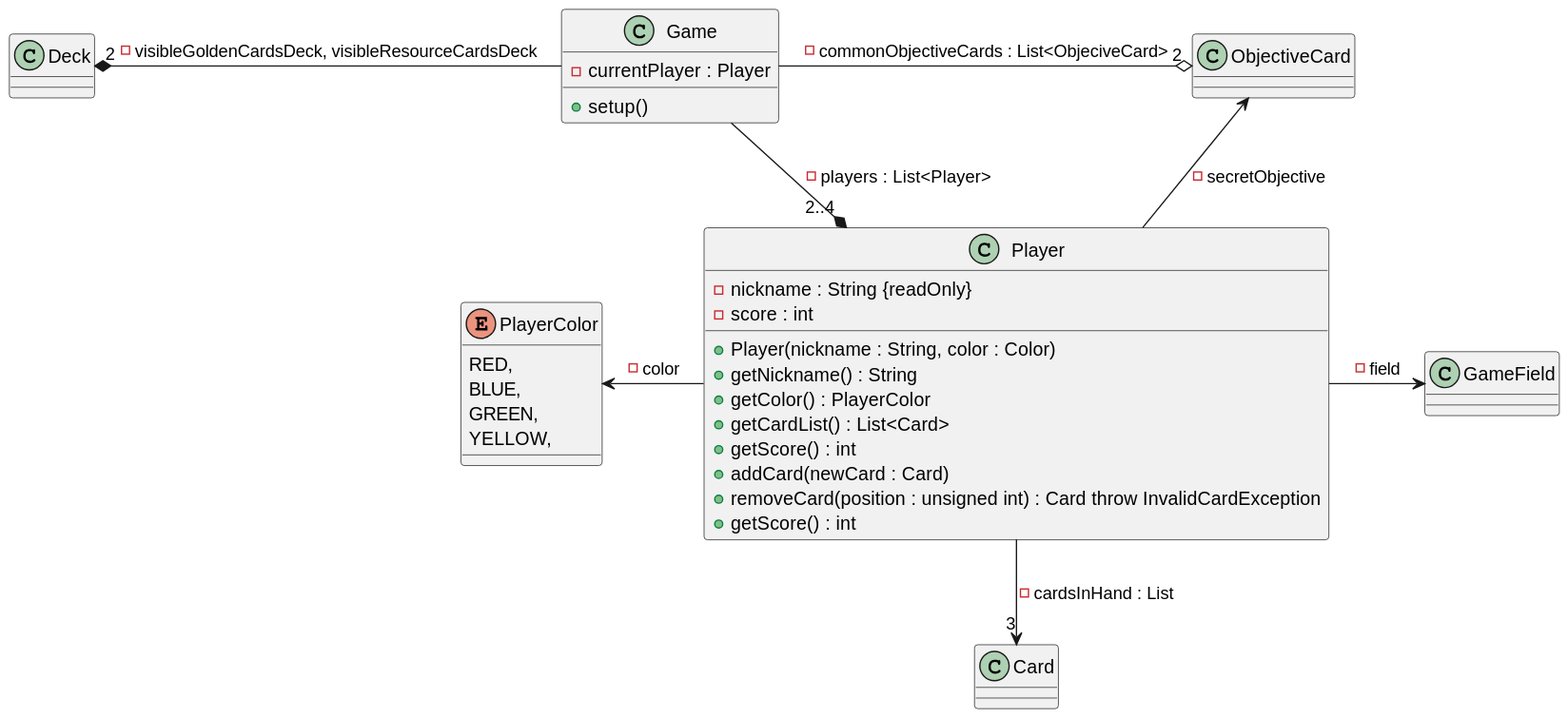
LucaLeonx/ing-sw-2024-Leonzio-Lanza-LaGioia-Mauro keeps this PlantUML diagram as CodexNaturalis/docs/uml/image/game-0.svg. Above is the earlier version.
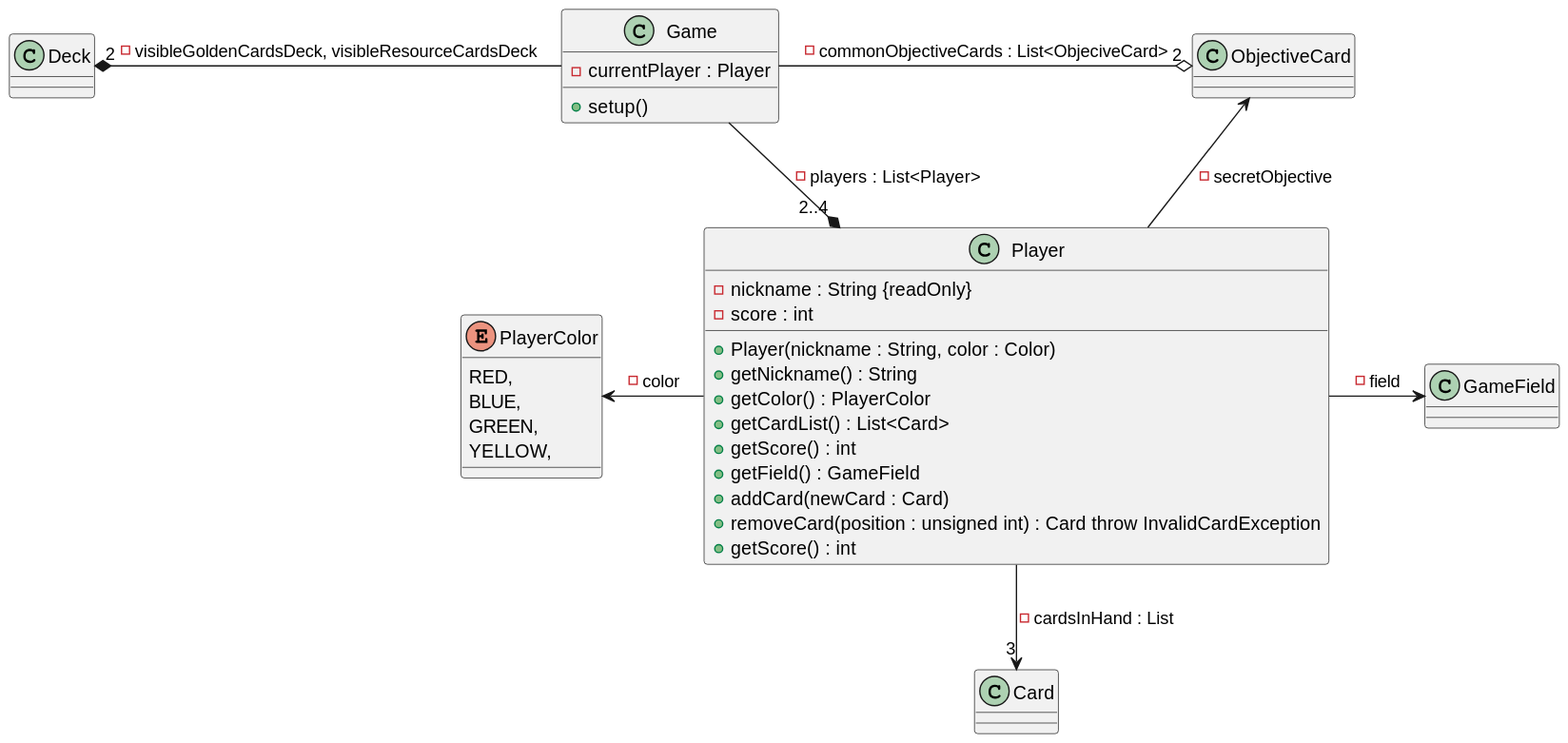
Above is the later version.

The edit, as a diff of the source:
```diff
@@ -23,6 +23,7 @@
     + getColor() : PlayerColor
     + getCardList() : List<Card>
     + getScore() : int
+    + getField() : GameField
     + addCard(newCard : Card)
     + removeCard(position : unsigned int) : Card throw InvalidCardException
     + getScore() : int
```
